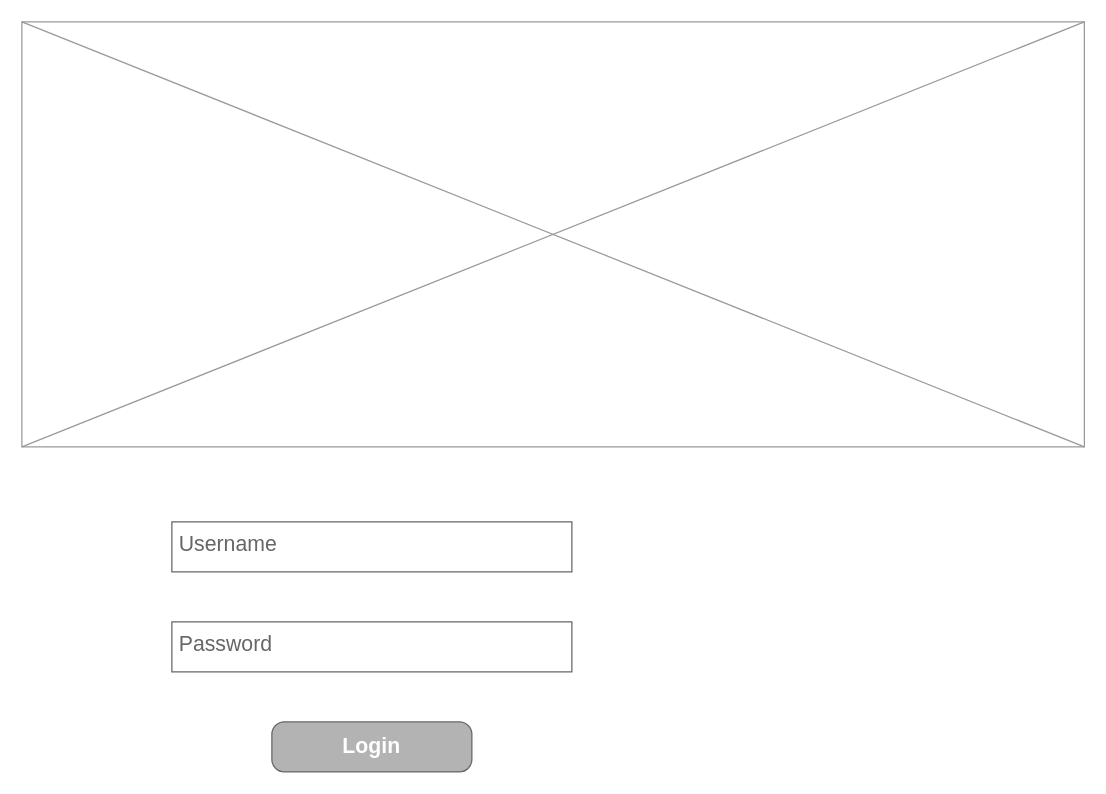
jhallam325/CoreysKnickKnacks keeps this draw.io diagram as Untitled Diagram.drawio. Above is the earlier version. Source tidied: cells renumbered, new cells numbered last; positions are measured from the earlier drawing's top-left corner, leaving out a move shared by most shapes. Both pictures are drawn from the tidied source at 125%, with x=0, y=0 at pixel (21, 21).
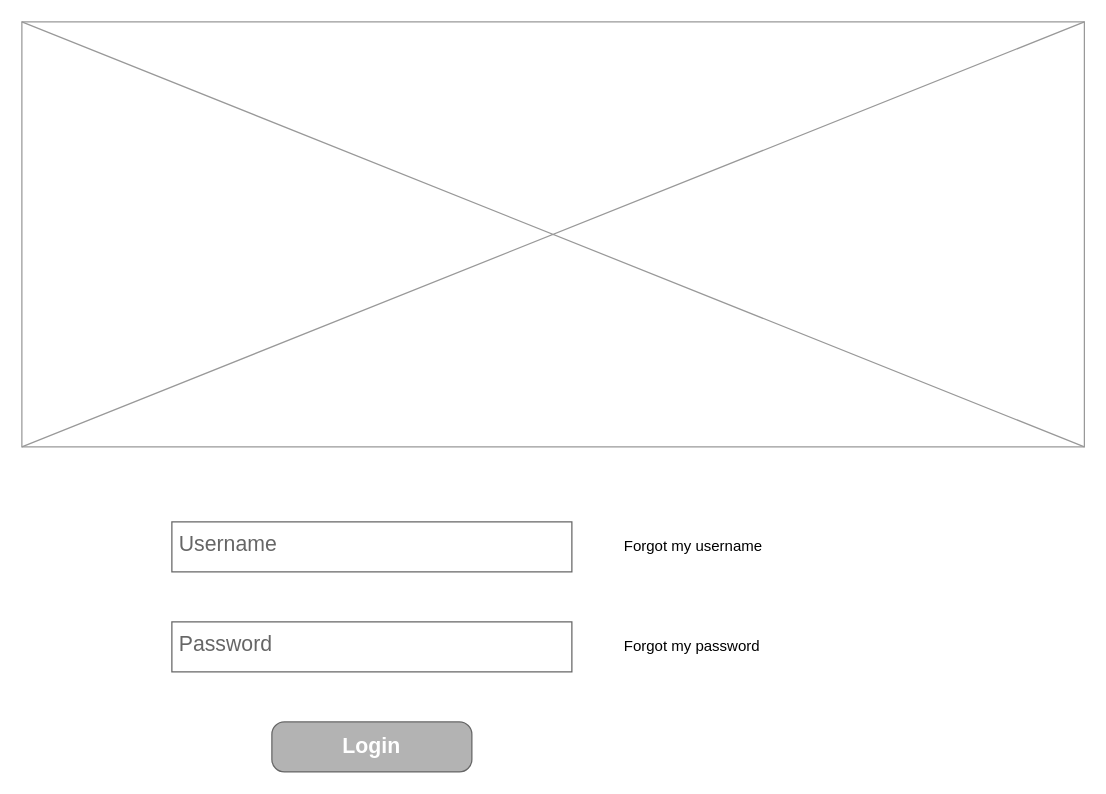
The same page after the edit.

The edit, as a diff of the source:
```diff
@@
 <mxGraphModel>
   <root>
     <mxCell id="0" />
     <mxCell id="1" parent="0" />
     <mxCell id="2" style="verticalLabelPosition=bottom;shadow=0;dashed=0;align=center;html=1;verticalAlign=top;strokeWidth=1;shape=mxgraph.mockup.graphics.simpleIcon;strokeColor=#999999;" parent="1" vertex="1">
       <mxGeometry width="850" height="340" as="geometry" />
     </mxCell>
     <mxCell id="3" value="Username" style="strokeWidth=1;shadow=0;dashed=0;align=center;html=1;shape=mxgraph.mockup.text.textBox;fontColor=#666666;align=left;fontSize=17;spacingLeft=4;spacingTop=-3;whiteSpace=wrap;strokeColor=#666666;mainText=;" parent="1" vertex="1">
       <mxGeometry x="120" y="400" width="320" height="40" as="geometry" />
     </mxCell>
     <mxCell id="4" value="Password" style="strokeWidth=1;shadow=0;dashed=0;align=center;html=1;shape=mxgraph.mockup.text.textBox;fontColor=#666666;align=left;fontSize=17;spacingLeft=4;spacingTop=-3;whiteSpace=wrap;strokeColor=#666666;mainText=;" parent="1" vertex="1">
       <mxGeometry x="120" y="480" width="320" height="40" as="geometry" />
     </mxCell>
     <mxCell id="5" value="Login" style="strokeWidth=1;shadow=0;dashed=0;align=center;html=1;shape=mxgraph.mockup.buttons.button;strokeColor=#666666;fontColor=#ffffff;mainText=;buttonStyle=round;fontSize=17;fontStyle=1;fillColor=#b3b3b3;whiteSpace=wrap;" parent="1" vertex="1">
       <mxGeometry x="200" y="560" width="160" height="40" as="geometry" />
     </mxCell>
+    <mxCell id="6" value="Forgot my username" style="text;html=1;align=left;verticalAlign=middle;whiteSpace=wrap;rounded=0;" parent="1" vertex="1">
+      <mxGeometry x="480" y="405" width="200" height="30" as="geometry" />
+    </mxCell>
+    <mxCell id="7" value="Forgot my password" style="text;html=1;align=left;verticalAlign=middle;whiteSpace=wrap;rounded=0;" parent="1" vertex="1">
+      <mxGeometry x="480" y="485" width="200" height="30" as="geometry" />
+    </mxCell>
   </root>
 </mxGraphModel>
```
